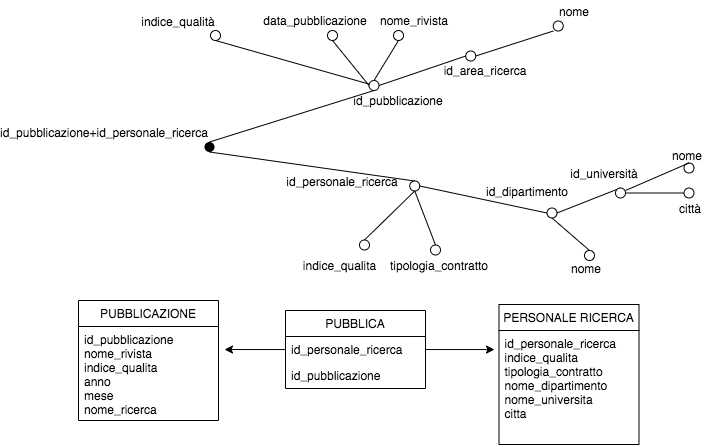
Earlier version of the draw.io export res/attribute's_tree/pubblica/pubblica_fatto_star.png (dariocurr/bdm_project). Source tidied: cells renumbered, new cells last; positions are measured from the earlier drawing's top-left corner, leaving out a move shared by most shapes. The source it was exported from:
```xml
<mxGraphModel>
  <root>
    <mxCell id="0" />
    <mxCell id="1" parent="0" />
    <mxCell id="2" style="edgeStyle=none;rounded=0;jettySize=auto;html=1;entryX=0.5;entryY=1;entryDx=0;entryDy=0;endArrow=none;endFill=0;exitX=0.5;exitY=0;exitDx=0;exitDy=0;" parent="1" edge="1" source="3" target="5">
      <mxGeometry relative="1" as="geometry" />
    </mxCell>
    <mxCell id="3" style="shape=ellipse;fillColor=#000000;strokeColor=none;html=1;" parent="1" vertex="1">
      <mxGeometry x="126" y="141.5" width="10" height="10" as="geometry" />
    </mxCell>
    <mxCell id="4" value="id_pubblicazione+id_personale_ricerca" style="text;html=1;strokeColor=none;fillColor=none;align=center;verticalAlign=middle;whiteSpace=wrap;rounded=0;" parent="1" vertex="1">
      <mxGeometry x="6" y="121.5" width="40" height="20" as="geometry" />
    </mxCell>
    <mxCell id="5" style="shape=ellipse;html=1;flipV=1;" parent="1" vertex="1">
      <mxGeometry x="290.5" y="80" width="10" height="10" as="geometry" />
    </mxCell>
    <mxCell id="6" style="edgeStyle=none;rounded=0;jettySize=auto;html=1;exitX=0.5;exitY=1;exitDx=0;exitDy=0;entryX=0;entryY=0.5;entryDx=0;entryDy=0;endArrow=none;endFill=0;" parent="1" edge="1" source="7" target="5">
      <mxGeometry relative="1" as="geometry" />
    </mxCell>
    <mxCell id="7" style="shape=ellipse;html=1;flipV=1;flipH=1;" parent="1" vertex="1">
      <mxGeometry x="249" y="30" width="10" height="10" as="geometry" />
    </mxCell>
    <mxCell id="8" style="edgeStyle=none;rounded=0;jettySize=auto;html=1;exitX=0.5;exitY=1;exitDx=0;exitDy=0;entryX=0.5;entryY=0;entryDx=0;entryDy=0;endArrow=none;endFill=0;" parent="1" edge="1" source="9" target="5">
      <mxGeometry relative="1" as="geometry" />
    </mxCell>
    <mxCell id="9" style="shape=ellipse;html=1;flipV=1;flipH=1;" parent="1" vertex="1">
      <mxGeometry x="315" y="30" width="10" height="10" as="geometry" />
    </mxCell>
    <mxCell id="10" value="id_pubblicazione" style="text;html=1;align=center;verticalAlign=middle;whiteSpace=wrap;rounded=0;" parent="1" vertex="1">
      <mxGeometry x="300" y="90" width="40" height="20" as="geometry" />
    </mxCell>
    <mxCell id="11" value="data_pubblicazione" style="text;html=1;align=center;verticalAlign=middle;whiteSpace=wrap;rounded=0;" parent="1" vertex="1">
      <mxGeometry x="217" y="10" width="40" height="20" as="geometry" />
    </mxCell>
    <mxCell id="12" style="edgeStyle=none;rounded=0;jettySize=auto;html=1;endArrow=none;endFill=0;exitX=0.5;exitY=1;exitDx=0;exitDy=0;entryX=0.5;entryY=0;entryDx=0;entryDy=0;" parent="1" edge="1" source="3" target="13">
      <mxGeometry relative="1" as="geometry" />
    </mxCell>
    <mxCell id="13" style="shape=ellipse;html=1;flipV=1;" parent="1" vertex="1">
      <mxGeometry x="331.2" y="180.5" width="10" height="10" as="geometry" />
    </mxCell>
    <mxCell id="14" style="edgeStyle=none;rounded=0;jettySize=auto;html=1;exitX=0.5;exitY=0;exitDx=0;exitDy=0;endArrow=none;endFill=0;entryX=0.5;entryY=1;entryDx=0;entryDy=0;" parent="1" edge="1" source="15" target="13">
      <mxGeometry relative="1" as="geometry" />
    </mxCell>
    <mxCell id="15" style="shape=ellipse;html=1;flipV=1;" parent="1" vertex="1">
      <mxGeometry x="352" y="244.5" width="10" height="10" as="geometry" />
    </mxCell>
    <mxCell id="16" value="id_personale_ricerca" style="text;html=1;align=center;verticalAlign=middle;whiteSpace=wrap;rounded=0;" parent="1" vertex="1">
      <mxGeometry x="243.8" y="170.5" width="40" height="20" as="geometry" />
    </mxCell>
    <mxCell id="17" value="tipologia_contratto" style="text;html=1;align=center;verticalAlign=middle;whiteSpace=wrap;rounded=0;" parent="1" vertex="1">
      <mxGeometry x="341" y="254.5" width="40" height="20" as="geometry" />
    </mxCell>
    <mxCell id="18" value="nome_rivista" style="text;html=1;align=center;verticalAlign=middle;whiteSpace=wrap;rounded=0;" parent="1" vertex="1">
      <mxGeometry x="316.2" y="10" width="40" height="20" as="geometry" />
    </mxCell>
    <mxCell id="19" style="edgeStyle=none;rounded=0;jettySize=auto;html=1;exitX=0;exitY=0.5;exitDx=0;exitDy=0;endArrow=none;endFill=0;entryX=1;entryY=0.5;entryDx=0;entryDy=0;" parent="1" edge="1" source="21" target="13">
      <mxGeometry relative="1" as="geometry" />
    </mxCell>
    <mxCell id="20" style="edgeStyle=none;rounded=0;jettySize=auto;html=1;exitX=0.5;exitY=1;exitDx=0;exitDy=0;endArrow=none;endFill=0;entryX=0.5;entryY=0;entryDx=0;entryDy=0;" parent="1" edge="1" source="21" target="23">
      <mxGeometry relative="1" as="geometry" />
    </mxCell>
    <mxCell id="21" style="shape=ellipse;html=1;flipV=1;" parent="1" vertex="1">
      <mxGeometry x="468.5" y="207.5" width="10" height="10" as="geometry" />
    </mxCell>
    <mxCell id="22" value="nome" style="text;html=1;align=left;verticalAlign=middle;whiteSpace=wrap;rounded=0;" parent="1" vertex="1">
      <mxGeometry x="491" y="257.5" width="40" height="20" as="geometry" />
    </mxCell>
    <mxCell id="23" style="shape=ellipse;html=1;flipV=1;" parent="1" vertex="1">
      <mxGeometry x="506" y="250" width="10" height="10" as="geometry" />
    </mxCell>
    <mxCell id="24" value="id_dipartimento" style="text;html=1;align=center;verticalAlign=middle;whiteSpace=wrap;rounded=0;" parent="1" vertex="1">
      <mxGeometry x="428.5" y="180.5" width="40" height="20" as="geometry" />
    </mxCell>
    <mxCell id="25" style="edgeStyle=none;rounded=0;jettySize=auto;html=1;endArrow=none;endFill=0;entryX=0.5;entryY=0;entryDx=0;entryDy=0;exitX=1;exitY=0.5;exitDx=0;exitDy=0;" parent="1" edge="1" source="21" target="26">
      <mxGeometry relative="1" as="geometry" />
    </mxCell>
    <mxCell id="26" style="shape=ellipse;html=1;flipV=1;" parent="1" vertex="1">
      <mxGeometry x="537" y="187.5" width="10" height="10" as="geometry" />
    </mxCell>
    <mxCell id="27" value="id_università" style="text;html=1;align=center;verticalAlign=middle;whiteSpace=wrap;rounded=0;" parent="1" vertex="1">
      <mxGeometry x="506" y="162.5" width="40" height="20" as="geometry" />
    </mxCell>
    <mxCell id="28" style="edgeStyle=none;rounded=0;jettySize=auto;html=1;endArrow=none;endFill=0;entryX=0.5;entryY=0;entryDx=0;entryDy=0;exitX=1;exitY=0.5;exitDx=0;exitDy=0;" parent="1" edge="1" source="33">
      <mxGeometry relative="1" as="geometry">
        <mxPoint x="610.5" y="165" as="targetPoint" />
      </mxGeometry>
    </mxCell>
    <mxCell id="29" style="edgeStyle=none;rounded=0;jettySize=auto;html=1;endArrow=none;endFill=0;entryX=0.5;entryY=0;entryDx=0;entryDy=0;exitX=1;exitY=0.5;exitDx=0;exitDy=0;" parent="1" edge="1" source="26">
      <mxGeometry relative="1" as="geometry">
        <mxPoint x="610.5" y="192.5" as="targetPoint" />
      </mxGeometry>
    </mxCell>
    <mxCell id="30" value="nome" style="text;html=1;align=center;verticalAlign=middle;whiteSpace=wrap;rounded=0;" parent="1" vertex="1">
      <mxGeometry x="588.5" y="144.5" width="40" height="20" as="geometry" />
    </mxCell>
    <mxCell id="31" value="città" style="text;html=1;align=center;verticalAlign=middle;whiteSpace=wrap;rounded=0;" parent="1" vertex="1">
      <mxGeometry x="592" y="197.5" width="40" height="20" as="geometry" />
    </mxCell>
    <mxCell id="32" style="shape=ellipse;html=1;flipV=1;" parent="1" vertex="1">
      <mxGeometry x="605.5" y="187.5" width="10" height="10" as="geometry" />
    </mxCell>
    <mxCell id="33" style="shape=ellipse;html=1;flipV=1;" parent="1" vertex="1">
      <mxGeometry x="605.5" y="162.5" width="10" height="10" as="geometry" />
    </mxCell>
    <mxCell id="34" style="edgeStyle=none;rounded=0;jettySize=auto;html=1;endArrow=none;endFill=0;entryX=0.5;entryY=0;entryDx=0;entryDy=0;exitX=1;exitY=0.5;exitDx=0;exitDy=0;" parent="1" edge="1" target="33">
      <mxGeometry relative="1" as="geometry">
        <mxPoint x="547" y="190" as="sourcePoint" />
      </mxGeometry>
    </mxCell>
    <mxCell id="35" style="edgeStyle=none;rounded=0;jettySize=auto;html=1;exitX=0.5;exitY=1;exitDx=0;exitDy=0;endArrow=none;endFill=0;" parent="1" edge="1" source="36" target="5">
      <mxGeometry relative="1" as="geometry" />
    </mxCell>
    <mxCell id="36" style="shape=ellipse;html=1;flipV=1;flipH=1;" parent="1" vertex="1">
      <mxGeometry x="132" y="30" width="10" height="10" as="geometry" />
    </mxCell>
    <mxCell id="37" value="indice_qualità" style="text;html=1;align=center;verticalAlign=middle;whiteSpace=wrap;rounded=0;" parent="1" vertex="1">
      <mxGeometry x="80" y="10.5" width="40" height="20" as="geometry" />
    </mxCell>
    <mxCell id="38" style="shape=ellipse;html=1;flipV=1;" parent="1" vertex="1">
      <mxGeometry x="281" y="239.5" width="10" height="10" as="geometry" />
    </mxCell>
    <mxCell id="39" style="endArrow=none;html=1;exitX=0.5;exitY=0;exitDx=0;exitDy=0;entryX=0.5;entryY=1;entryDx=0;entryDy=0;" parent="1" edge="1" source="38" target="13">
      <mxGeometry relative="1" as="geometry" />
    </mxCell>
    <mxCell id="40" value="indice_qualita" style="text;html=1;align=center;verticalAlign=middle;" parent="1" vertex="1">
      <mxGeometry x="216" y="254.5" width="90" height="20" as="geometry" />
    </mxCell>
    <mxCell id="41" style="edgeStyle=orthogonalEdgeStyle;rounded=0;jettySize=auto;html=1;entryX=1.043;entryY=0.245;entryDx=0;entryDy=0;entryPerimeter=0;" parent="1" edge="1" source="43" target="49">
      <mxGeometry relative="1" as="geometry" />
    </mxCell>
    <mxCell id="42" style="edgeStyle=orthogonalEdgeStyle;rounded=0;jettySize=auto;html=1;entryX=-0.032;entryY=0.167;entryDx=0;entryDy=0;entryPerimeter=0;" parent="1" edge="1" source="43" target="47">
      <mxGeometry relative="1" as="geometry" />
    </mxCell>
    <mxCell id="43" value="PUBBLICA" style="swimlane;fontStyle=0;horizontal=1;startSize=26;fillColor=none;" parent="1" vertex="1">
      <mxGeometry x="207" y="310" width="140" height="78" as="geometry" />
    </mxCell>
    <mxCell id="44" value="id_personale_ricerca" style="text;strokeColor=none;fillColor=none;align=left;verticalAlign=top;spacingLeft=4;spacingRight=4;overflow=hidden;points=[[0,0.5],[1,0.5]];portConstraint=eastwest;" parent="43" vertex="1">
      <mxGeometry y="26" width="140" height="26" as="geometry" />
    </mxCell>
    <mxCell id="45" value="id_pubblicazione" style="text;strokeColor=none;fillColor=none;align=left;verticalAlign=top;spacingLeft=4;spacingRight=4;overflow=hidden;" parent="43" vertex="1">
      <mxGeometry y="52" width="140" height="26" as="geometry" />
    </mxCell>
    <mxCell id="46" value="PERSONALE RICERCA" style="swimlane;fontStyle=0;horizontal=1;startSize=26;fillColor=none;" parent="1" vertex="1">
      <mxGeometry x="420.5" y="304" width="140" height="140" as="geometry" />
    </mxCell>
    <mxCell id="47" value="id_personale_ricerca&#10;indice_qualita&#10;tipologia_contratto&#10;nome_dipartimento&#10;nome_universita&#10;citta" style="text;strokeColor=none;fillColor=none;align=left;verticalAlign=top;spacingLeft=4;spacingRight=4;overflow=hidden;points=[[0,0.5],[1,0.5]];portConstraint=eastwest;" parent="46" vertex="1">
      <mxGeometry y="26" width="140" height="114" as="geometry" />
    </mxCell>
    <mxCell id="48" value="PUBBLICAZIONE" style="swimlane;fontStyle=0;horizontal=1;startSize=26;fillColor=none;" parent="1" vertex="1">
      <mxGeometry y="300" width="140" height="120" as="geometry" />
    </mxCell>
    <mxCell id="49" value="id_pubblicazione&#10;nome_rivista&#10;indice_qualita&#10;anno&#10;mese&#10;nome_ricerca" style="text;strokeColor=none;fillColor=none;align=left;verticalAlign=top;spacingLeft=4;spacingRight=4;overflow=hidden;points=[[0,0.5],[1,0.5]];portConstraint=eastwest;" parent="48" vertex="1">
      <mxGeometry y="26" width="140" height="94" as="geometry" />
    </mxCell>
    <mxCell id="50" style="shape=ellipse;html=1;flipV=1;flipH=1;" parent="1" vertex="1">
      <mxGeometry x="387.2" y="50.5" width="10" height="10" as="geometry" />
    </mxCell>
    <mxCell id="51" value="id_area_ricerca" style="text;html=1;align=center;verticalAlign=middle;whiteSpace=wrap;rounded=0;" parent="1" vertex="1">
      <mxGeometry x="387.2" y="60" width="40" height="20" as="geometry" />
    </mxCell>
    <mxCell id="52" style="shape=ellipse;html=1;flipV=1;flipH=1;" parent="1" vertex="1">
      <mxGeometry x="474.8" y="20.5" width="10" height="10" as="geometry" />
    </mxCell>
    <mxCell id="53" value="nome" style="text;html=1;align=center;verticalAlign=middle;whiteSpace=wrap;rounded=0;" parent="1" vertex="1">
      <mxGeometry x="476" y="0.5" width="40" height="20" as="geometry" />
    </mxCell>
    <mxCell id="54" style="endArrow=none;html=1;exitX=1;exitY=0.5;exitDx=0;exitDy=0;entryX=0;entryY=0.5;entryDx=0;entryDy=0;" parent="1" edge="1" source="5" target="50">
      <mxGeometry relative="1" as="geometry" />
    </mxCell>
    <mxCell id="55" style="endArrow=none;html=1;exitX=1;exitY=0.5;exitDx=0;exitDy=0;entryX=0;entryY=1;entryDx=0;entryDy=0;" parent="1" edge="1" source="50" target="52">
      <mxGeometry relative="1" as="geometry" />
    </mxCell>
  </root>
</mxGraphModel>
```
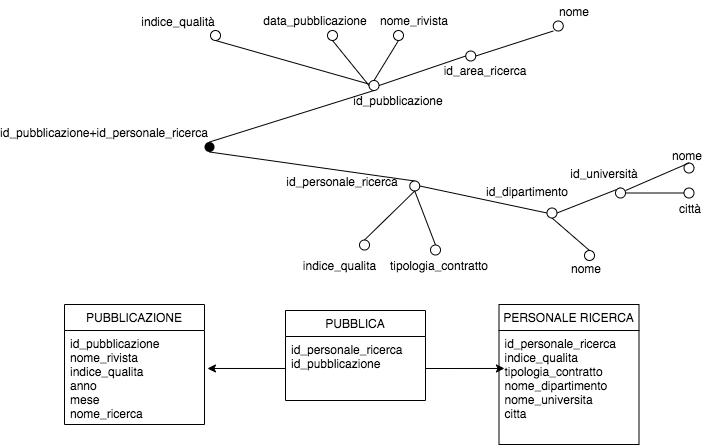
After the commit.

What changed in the source:
```diff
@@ -125,33 +125,18 @@
     <mxCell id="40" value="indice_qualita" style="text;html=1;align=center;verticalAlign=middle;" parent="1" vertex="1">
       <mxGeometry x="216" y="254.5" width="90" height="20" as="geometry" />
     </mxCell>
-    <mxCell id="41" style="edgeStyle=orthogonalEdgeStyle;rounded=0;jettySize=auto;html=1;entryX=1.043;entryY=0.245;entryDx=0;entryDy=0;entryPerimeter=0;" parent="1" edge="1" source="43" target="49">
-      <mxGeometry relative="1" as="geometry" />
-    </mxCell>
-    <mxCell id="42" style="edgeStyle=orthogonalEdgeStyle;rounded=0;jettySize=auto;html=1;entryX=-0.032;entryY=0.167;entryDx=0;entryDy=0;entryPerimeter=0;" parent="1" edge="1" source="43" target="47">
-      <mxGeometry relative="1" as="geometry" />
-    </mxCell>
     <mxCell id="43" value="PUBBLICA" style="swimlane;fontStyle=0;horizontal=1;startSize=26;fillColor=none;" parent="1" vertex="1">
-      <mxGeometry x="207" y="310" width="140" height="78" as="geometry" />
+      <mxGeometry x="207" y="310" width="140" height="90" as="geometry" />
     </mxCell>
-    <mxCell id="44" value="id_personale_ricerca" style="text;strokeColor=none;fillColor=none;align=left;verticalAlign=top;spacingLeft=4;spacingRight=4;overflow=hidden;points=[[0,0.5],[1,0.5]];portConstraint=eastwest;" parent="43" vertex="1">
-      <mxGeometry y="26" width="140" height="26" as="geometry" />
+    <mxCell id="44" value="id_personale_ricerca&#10;id_pubblicazione" style="text;strokeColor=none;fillColor=none;align=left;verticalAlign=top;spacingLeft=4;spacingRight=4;overflow=hidden;points=[[0,0.5],[1,0.5]];portConstraint=eastwest;" parent="43" vertex="1">
+      <mxGeometry y="26" width="140" height="64" as="geometry" />
     </mxCell>
-    <mxCell id="45" value="id_pubblicazione" style="text;strokeColor=none;fillColor=none;align=left;verticalAlign=top;spacingLeft=4;spacingRight=4;overflow=hidden;" parent="43" vertex="1">
-      <mxGeometry y="52" width="140" height="26" as="geometry" />
-    </mxCell>
     <mxCell id="46" value="PERSONALE RICERCA" style="swimlane;fontStyle=0;horizontal=1;startSize=26;fillColor=none;" parent="1" vertex="1">
       <mxGeometry x="420.5" y="304" width="140" height="140" as="geometry" />
     </mxCell>
     <mxCell id="47" value="id_personale_ricerca&#10;indice_qualita&#10;tipologia_contratto&#10;nome_dipartimento&#10;nome_universita&#10;citta" style="text;strokeColor=none;fillColor=none;align=left;verticalAlign=top;spacingLeft=4;spacingRight=4;overflow=hidden;points=[[0,0.5],[1,0.5]];portConstraint=eastwest;" parent="46" vertex="1">
       <mxGeometry y="26" width="140" height="114" as="geometry" />
     </mxCell>
-    <mxCell id="48" value="PUBBLICAZIONE" style="swimlane;fontStyle=0;horizontal=1;startSize=26;fillColor=none;" parent="1" vertex="1">
-      <mxGeometry y="300" width="140" height="120" as="geometry" />
-    </mxCell>
-    <mxCell id="49" value="id_pubblicazione&#10;nome_rivista&#10;indice_qualita&#10;anno&#10;mese&#10;nome_ricerca" style="text;strokeColor=none;fillColor=none;align=left;verticalAlign=top;spacingLeft=4;spacingRight=4;overflow=hidden;points=[[0,0.5],[1,0.5]];portConstraint=eastwest;" parent="48" vertex="1">
-      <mxGeometry y="26" width="140" height="94" as="geometry" />
-    </mxCell>
     <mxCell id="50" style="shape=ellipse;html=1;flipV=1;flipH=1;" parent="1" vertex="1">
       <mxGeometry x="387.2" y="50.5" width="10" height="10" as="geometry" />
     </mxCell>
@@ -170,5 +155,17 @@
     <mxCell id="55" style="endArrow=none;html=1;exitX=1;exitY=0.5;exitDx=0;exitDy=0;entryX=0;entryY=1;entryDx=0;entryDy=0;" parent="1" edge="1" source="50" target="52">
       <mxGeometry relative="1" as="geometry" />
     </mxCell>
+    <mxCell id="48" value="PUBBLICAZIONE" style="swimlane;fontStyle=0;horizontal=1;startSize=26;fillColor=none;" parent="1" vertex="1">
+      <mxGeometry x="-14" y="304" width="140" height="120" as="geometry" />
+    </mxCell>
+    <mxCell id="49" value="id_pubblicazione&#10;nome_rivista&#10;indice_qualita&#10;anno&#10;mese&#10;nome_ricerca" style="text;strokeColor=none;fillColor=none;align=left;verticalAlign=top;spacingLeft=4;spacingRight=4;overflow=hidden;points=[[0,0.5],[1,0.5]];portConstraint=eastwest;" parent="48" vertex="1">
+      <mxGeometry y="26" width="140" height="94" as="geometry" />
+    </mxCell>
+    <mxCell id="56" style="edgeStyle=orthogonalEdgeStyle;rounded=0;jettySize=auto;html=1;entryX=1.021;entryY=0.404;entryDx=0;entryDy=0;entryPerimeter=0;" parent="1" edge="1" source="44" target="49">
+      <mxGeometry relative="1" as="geometry" />
+    </mxCell>
+    <mxCell id="57" style="edgeStyle=orthogonalEdgeStyle;rounded=0;jettySize=auto;html=1;exitX=1;exitY=0.5;exitDx=0;exitDy=0;entryX=0.039;entryY=0.333;entryDx=0;entryDy=0;entryPerimeter=0;" parent="1" edge="1" source="44" target="47">
+      <mxGeometry relative="1" as="geometry" />
+    </mxCell>
   </root>
 </mxGraphModel>
```
